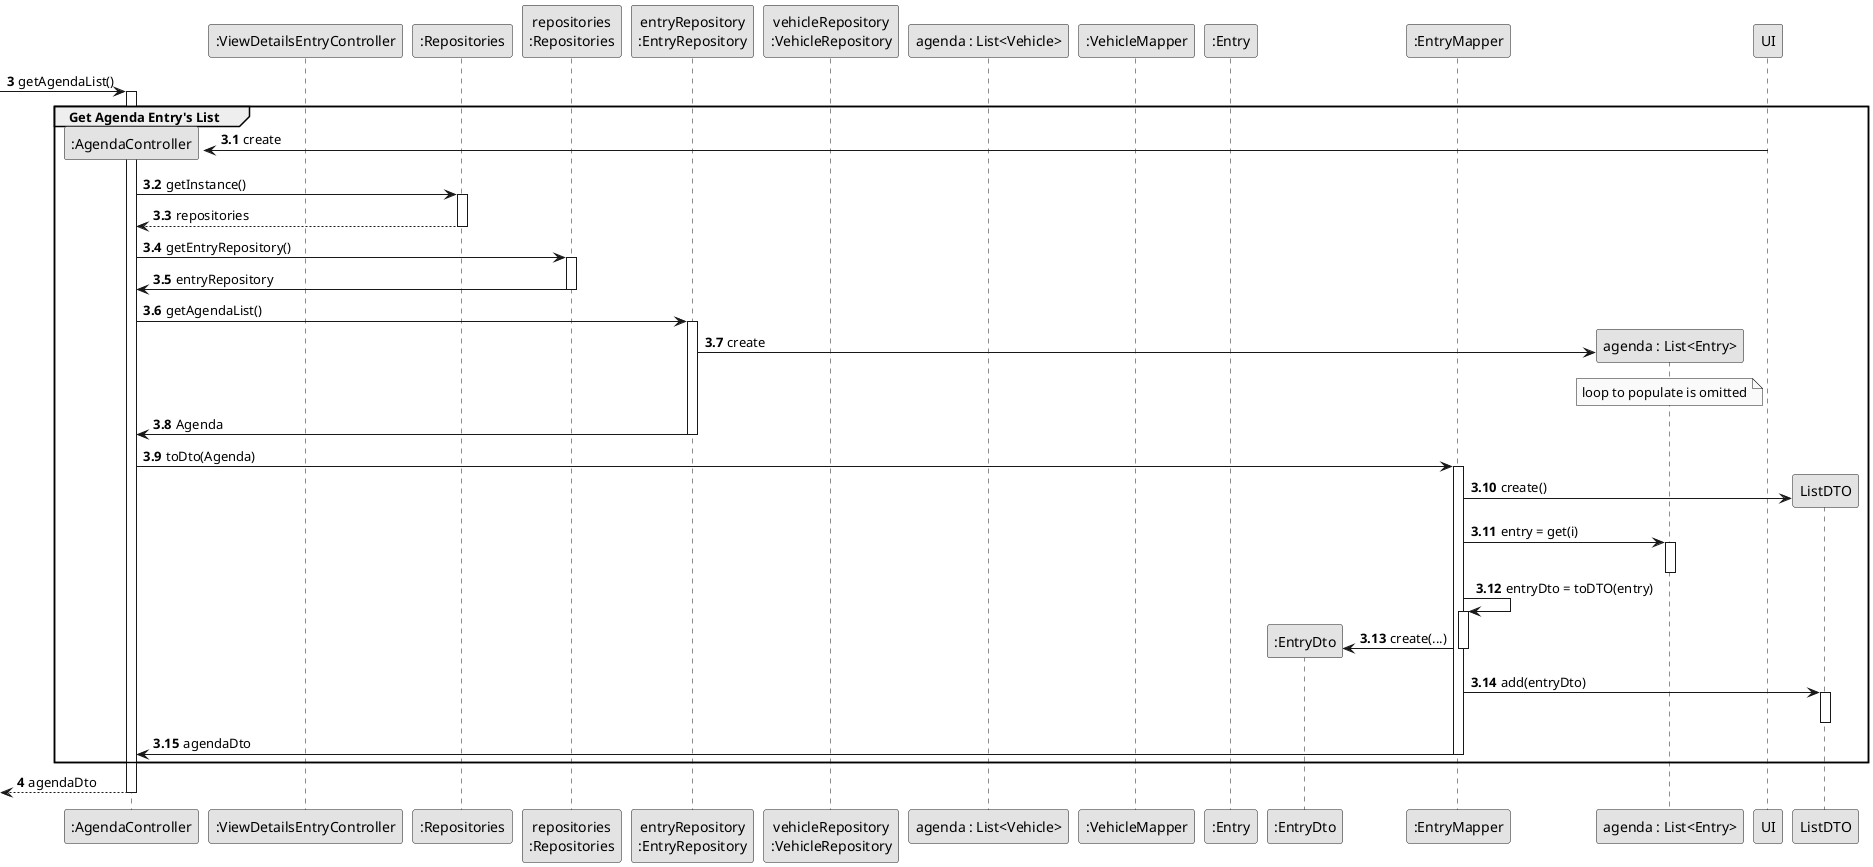
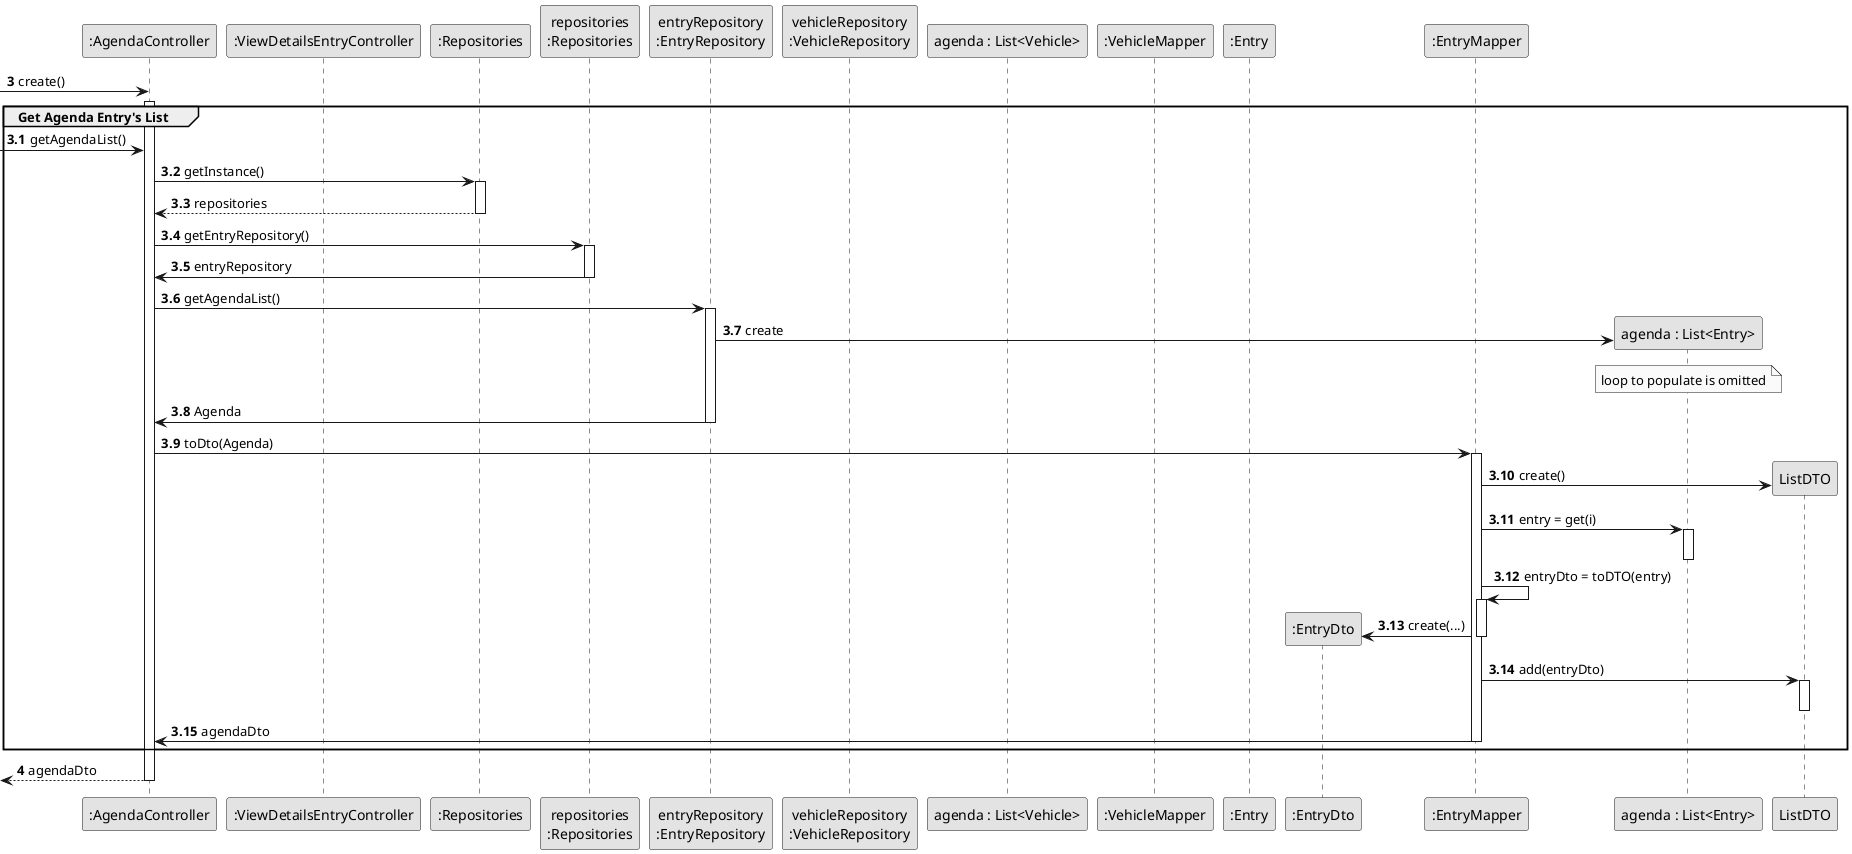
@startuml
skinparam monochrome true
skinparam packageStyle rectangle
skinparam shadowing false

autonumber

'hide footbox


participant ":AgendaController" as CTRL
participant ":ViewDetailsEntryController" as CTRL2
participant ":Repositories" as RepositorySingleton
participant "repositories\n:Repositories" as PLAT
participant "entryRepository\n:EntryRepository" as EntryRepository
participant "vehicleRepository\n:VehicleRepository" as VehicleRepository
participant "agenda : List<Vehicle>" as ListSelected
participant ":VehicleMapper" as SelectedMAPPER
participant ":Entry" as OBJ
participant ":EntryDto" as DTO
participant ":EntryMapper" as MAPPER
participant "agenda : List<Entry>" as List
autonumber 3

-  -> CTRL : getAgendaList()
+  -> CTRL** : create()
autonumber 3.1
activate CTRL
    group Get Agenda Entry's List


-             UI -> CTRL** : create
+              -> CTRL** : getAgendaList()

                         CTRL -> RepositorySingleton : getInstance()
                                                    activate RepositorySingleton

                                                        RepositorySingleton --> CTRL: repositories
                                                    deactivate RepositorySingleton


                                                    CTRL -> PLAT : getEntryRepository()
                                                    activate PLAT

                                                    PLAT -> CTRL : entryRepository
                                                    deactivate PLAT

                                                    CTRL -> EntryRepository : getAgendaList()
                                                    activate EntryRepository



                                                    EntryRepository -> List** : create

                                                    note over List : loop to populate is omitted



                                                    EntryRepository -> CTRL : Agenda
                                                    deactivate EntryRepository

                                                    CTRL -> MAPPER : toDto(Agenda)
                                                    activate MAPPER

                                                    MAPPER -> ListDTO** : create()

                                                    MAPPER -> List : entry = get(i)
                                                    activate List
                                                    deactivate List

                                                    MAPPER -> MAPPER : entryDto = toDTO(entry)
                                                    activate MAPPER

                                                    MAPPER -> DTO**  : create(...)
                                                    deactivate MAPPER

                                                    MAPPER -> ListDTO : add(entryDto)
                                                    activate ListDTO
                                                    deactivate ListDTO

                                                    MAPPER -> CTRL : agendaDto
                                                    deactivate MAPPER



    end
    autonumber 4
    <-- CTRL  :  agendaDto
deactivate CTRL


@enduml